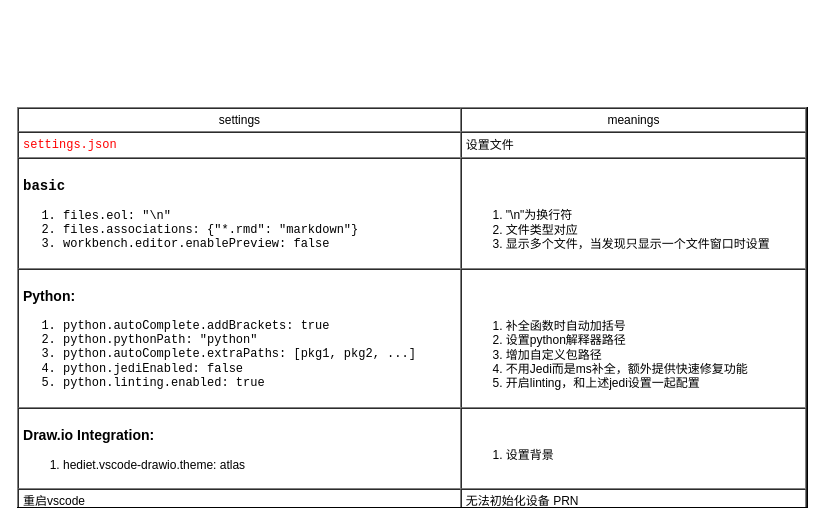
Earlier version of the draw.io diagram page "exceptions" (5 of 5) of editor/vscode/vscode.drawio (yangdj/tf_docs). Source tidied: cells renumbered, new cells numbered last; positions are measured from the earlier drawing's top-left corner, leaving out a move shared by most shapes. Both pictures are drawn from the tidied source at 100%, with x=0, y=0 at pixel (17, 107).
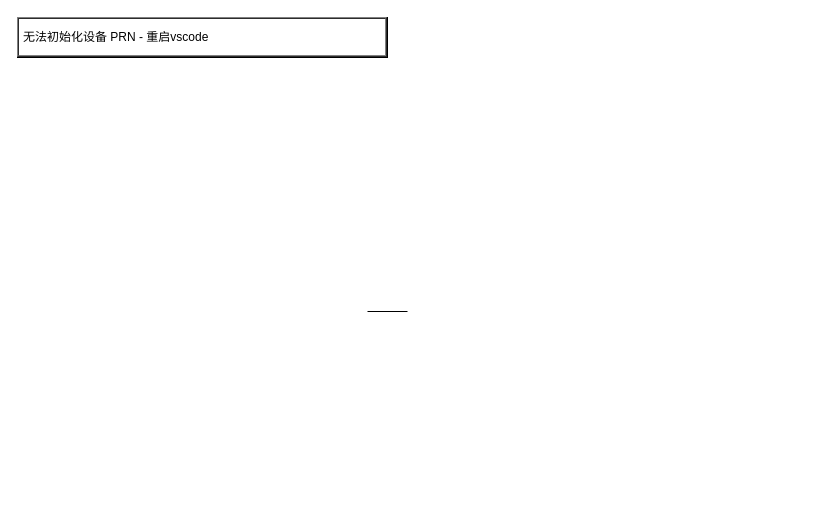
After the change.

What changed in the source:
```diff
@@
 <mxGraphModel>
   <root>
     <mxCell id="0" />
     <mxCell id="1" parent="0" />
     <mxCell id="2" style="line;strokeWidth=1;fillColor=none;align=left;verticalAlign=middle;spacingTop=-1;spacingLeft=3;spacingRight=3;labelPosition=right;fontSize=12;" parent="1" vertex="1">
       <mxGeometry x="350" y="200" width="40" height="8" as="geometry" />
     </mxCell>
-    <mxCell id="3" value="&lt;table cellpadding=&quot;4&quot; cellspacing=&quot;0&quot; border=&quot;1&quot; style=&quot;font-size: 1em ; width: 100% ; height: 100%&quot;&gt;&lt;tbody&gt;&lt;tr&gt;&lt;th style=&quot;text-align: center&quot;&gt;&lt;span style=&quot;font-weight: normal&quot;&gt;settings&lt;/span&gt;&lt;/th&gt;&lt;td style=&quot;text-align: center&quot;&gt;meanings&lt;/td&gt;&lt;/tr&gt;&lt;tr&gt;&lt;td&gt;&lt;font face=&quot;Courier New&quot; color=&quot;#ff0000&quot;&gt;settings.json&lt;/font&gt;&lt;/td&gt;&lt;td&gt;设置文件&lt;/td&gt;&lt;/tr&gt;&lt;tr&gt;&lt;td&gt;&lt;h3&gt;&lt;font face=&quot;Courier New&quot;&gt;basic&lt;/font&gt;&lt;/h3&gt;&lt;font face=&quot;Courier New&quot;&gt;&lt;ol&gt;&lt;li&gt;&lt;font face=&quot;Courier New&quot;&gt;files.eol: &quot;\n&quot;&lt;/font&gt;&lt;/li&gt;&lt;li&gt;&lt;font face=&quot;Courier New&quot;&gt;files.associations: {&quot;*.rmd&quot;: &quot;markdown&quot;}&lt;br&gt;&lt;/font&gt;&lt;/li&gt;&lt;li&gt;&lt;font face=&quot;Courier New&quot;&gt;workbench.editor.enablePreview: false&lt;br&gt;&lt;/font&gt;&lt;/li&gt;&lt;/ol&gt;&lt;/font&gt;&lt;/td&gt;&lt;td&gt;&lt;h3&gt;&lt;br&gt;&lt;/h3&gt;&lt;ol&gt;&lt;li&gt;&quot;\n&quot;为换行符&lt;/li&gt;&lt;li&gt;文件类型对应&lt;/li&gt;&lt;li&gt;显示多个文件，当发现只显示一个文件窗口时设置&lt;br&gt;&lt;/li&gt;&lt;/ol&gt;&lt;/td&gt;&lt;/tr&gt;&lt;tr&gt;&lt;td&gt;&lt;h3 style=&quot;font-size: 14px&quot;&gt;Python:&lt;/h3&gt;&lt;ol&gt;&lt;li style=&quot;font-family: &amp;#34;courier new&amp;#34;&quot;&gt;&lt;font face=&quot;Courier New&quot;&gt;python.autoComplete.addBrackets: true&lt;/font&gt;&lt;/li&gt;&lt;li style=&quot;font-family: &amp;#34;courier new&amp;#34;&quot;&gt;&lt;font face=&quot;Courier New&quot;&gt;python.pythonPath: &quot;python&quot;&lt;/font&gt;&lt;/li&gt;&lt;li style=&quot;font-family: &amp;#34;courier new&amp;#34;&quot;&gt;python.autoComplete.extraPaths: [pkg1, pkg2, ...]&lt;/li&gt;&lt;li style=&quot;font-family: &amp;#34;courier new&amp;#34;&quot;&gt;python.jediEnabled: false&lt;/li&gt;&lt;li style=&quot;font-family: &amp;#34;courier new&amp;#34;&quot;&gt;python.linting.enabled: true&lt;/li&gt;&lt;/ol&gt;&lt;/td&gt;&lt;td&gt;&lt;h3&gt;&lt;br&gt;&lt;/h3&gt;&lt;ol&gt;&lt;li&gt;补全函数时自动加括号&lt;/li&gt;&lt;li&gt;设置python解释器路径&lt;/li&gt;&lt;li&gt;增加自定义包路径&lt;/li&gt;&lt;li&gt;不用Jedi而是ms补全，额外提供快速修复功能&lt;/li&gt;&lt;li&gt;开启linting，和上述jedi设置一起配置&lt;/li&gt;&lt;/ol&gt;&lt;/td&gt;&lt;/tr&gt;&lt;tr&gt;&lt;td&gt;&lt;h3&gt;Draw.io Integration:&lt;/h3&gt;&lt;ol&gt;&lt;li&gt;hediet.vscode-drawio.theme: atlas&lt;br&gt;&lt;/li&gt;&lt;/ol&gt;&lt;/td&gt;&lt;td&gt;&lt;br&gt;&lt;ol&gt;&lt;li&gt;设置背景&lt;/li&gt;&lt;/ol&gt;&lt;/td&gt;&lt;/tr&gt;&lt;tr&gt;&lt;td&gt;重启vscode&lt;/td&gt;&lt;td&gt;无法初始化设备 PRN&lt;br&gt;&lt;/td&gt;&lt;/tr&gt;&lt;/tbody&gt;&lt;/table&gt; " style="verticalAlign=top;align=left;overflow=fill;fontSize=12;fontFamily=Helvetica;html=1;" parent="1" vertex="1">
-      <mxGeometry width="790" height="400" as="geometry" />
+    <mxCell id="3" value="&lt;table cellpadding=&quot;4&quot; cellspacing=&quot;0&quot; border=&quot;1&quot; style=&quot;font-size: 1em ; width: 100% ; height: 100%&quot;&gt;&lt;tbody&gt;&lt;tr&gt;&lt;td&gt;无法初始化设备 PRN - 重启vscode&lt;/td&gt;&lt;/tr&gt;&lt;/tbody&gt;&lt;/table&gt; " style="verticalAlign=top;align=left;overflow=fill;fontSize=12;fontFamily=Helvetica;html=1;" parent="1" vertex="1">
+      <mxGeometry y="-90" width="370" height="40" as="geometry" />
     </mxCell>
   </root>
 </mxGraphModel>
```
